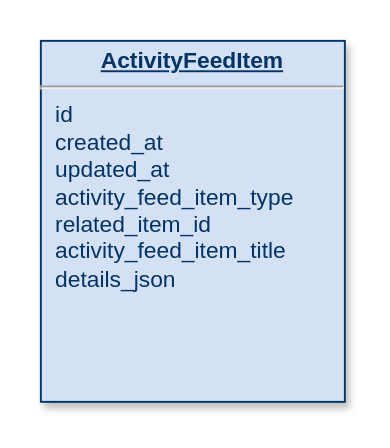
Before: activity-log.drawio in sanderha/diagrams-repo, a draw.io diagram. Source tidied: cells renumbered, new cells numbered last; positions are measured from the earlier drawing's top-left corner, leaving out a move shared by most shapes. Both pictures are drawn from the tidied source at 190%, with x=0, y=0 at pixel (40, 40).
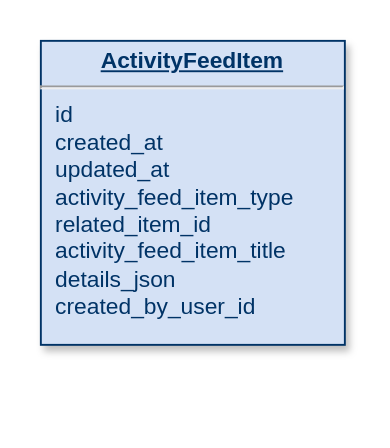
Above is the later version.

The edit, as a diff of the source:
```diff
@@
 <mxGraphModel>
   <root>
     <mxCell id="0" />
     <mxCell id="1" parent="0" />
-    <mxCell id="2" value="&lt;p style=&quot;margin: 0px ; margin-top: 4px ; text-align: center ; text-decoration: underline&quot;&gt;&lt;strong&gt;ActivityFeedItem&lt;/strong&gt;&lt;/p&gt;&lt;hr&gt;&lt;p style=&quot;margin: 0px ; margin-left: 8px&quot;&gt;id&lt;/p&gt;&lt;p style=&quot;margin: 0px ; margin-left: 8px&quot;&gt;created_at&lt;/p&gt;&lt;p style=&quot;margin: 0px ; margin-left: 8px&quot;&gt;updated_at&lt;/p&gt;&lt;p style=&quot;margin: 0px ; margin-left: 8px&quot;&gt;activity_feed_item_type&lt;/p&gt;&lt;p style=&quot;margin: 0px ; margin-left: 8px&quot;&gt;related_item_id&lt;/p&gt;&lt;p style=&quot;margin: 0px ; margin-left: 8px&quot;&gt;activity_feed_item_title&lt;/p&gt;&lt;p style=&quot;margin: 0px ; margin-left: 8px&quot;&gt;details_json&lt;br&gt;&lt;/p&gt;" style="verticalAlign=top;align=left;overflow=fill;fontSize=12;fontFamily=Helvetica;html=1;strokeColor=#003366;shadow=1;fillColor=#D4E1F5;fontColor=#003366;" parent="1" vertex="1">
-      <mxGeometry width="160" height="190" as="geometry" />
+    <mxCell id="2" value="&lt;p style=&quot;margin: 0px ; margin-top: 4px ; text-align: center ; text-decoration: underline&quot;&gt;&lt;strong&gt;ActivityFeedItem&lt;/strong&gt;&lt;/p&gt;&lt;hr&gt;&lt;p style=&quot;margin: 0px ; margin-left: 8px&quot;&gt;id&lt;/p&gt;&lt;p style=&quot;margin: 0px ; margin-left: 8px&quot;&gt;created_at&lt;/p&gt;&lt;p style=&quot;margin: 0px ; margin-left: 8px&quot;&gt;updated_at&lt;/p&gt;&lt;p style=&quot;margin: 0px ; margin-left: 8px&quot;&gt;activity_feed_item_type&lt;/p&gt;&lt;p style=&quot;margin: 0px ; margin-left: 8px&quot;&gt;related_item_id&lt;/p&gt;&lt;p style=&quot;margin: 0px ; margin-left: 8px&quot;&gt;activity_feed_item_title&lt;/p&gt;&lt;p style=&quot;margin: 0px ; margin-left: 8px&quot;&gt;details_json&lt;/p&gt;&lt;p style=&quot;margin: 0px ; margin-left: 8px&quot;&gt;created_by_user_id&lt;br&gt;&lt;/p&gt;" style="verticalAlign=top;align=left;overflow=fill;fontSize=12;fontFamily=Helvetica;html=1;strokeColor=#003366;shadow=1;fillColor=#D4E1F5;fontColor=#003366;" parent="1" vertex="1">
+      <mxGeometry width="160" height="160" as="geometry" />
     </mxCell>
   </root>
 </mxGraphModel>
```
